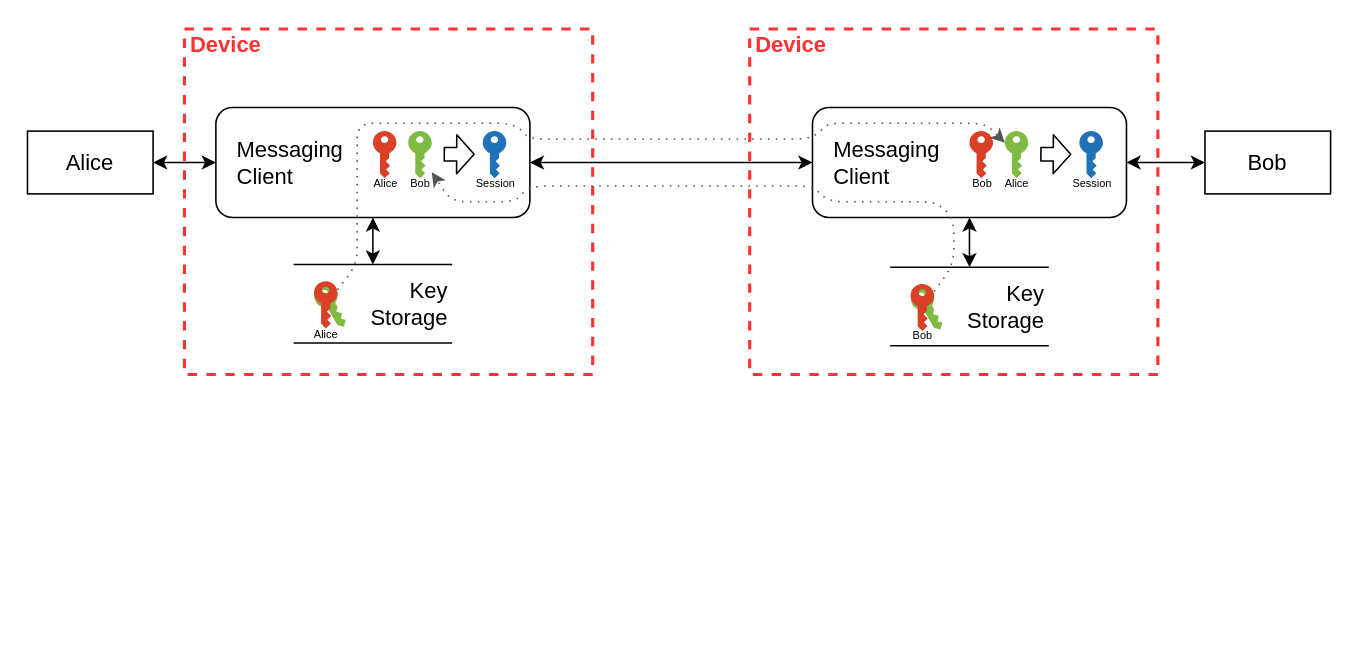
kkredit/confronting-wicked-crypto keeps this draw.io diagram as dfds/diffie-hellman.drawio. Above is the earlier version. Source tidied: cells renumbered, new cells numbered last; positions are measured from the earlier drawing's top-left corner, leaving out a move shared by most shapes. Both pictures are drawn from the tidied source at 157%, with x=0, y=0 at pixel (27, 28).
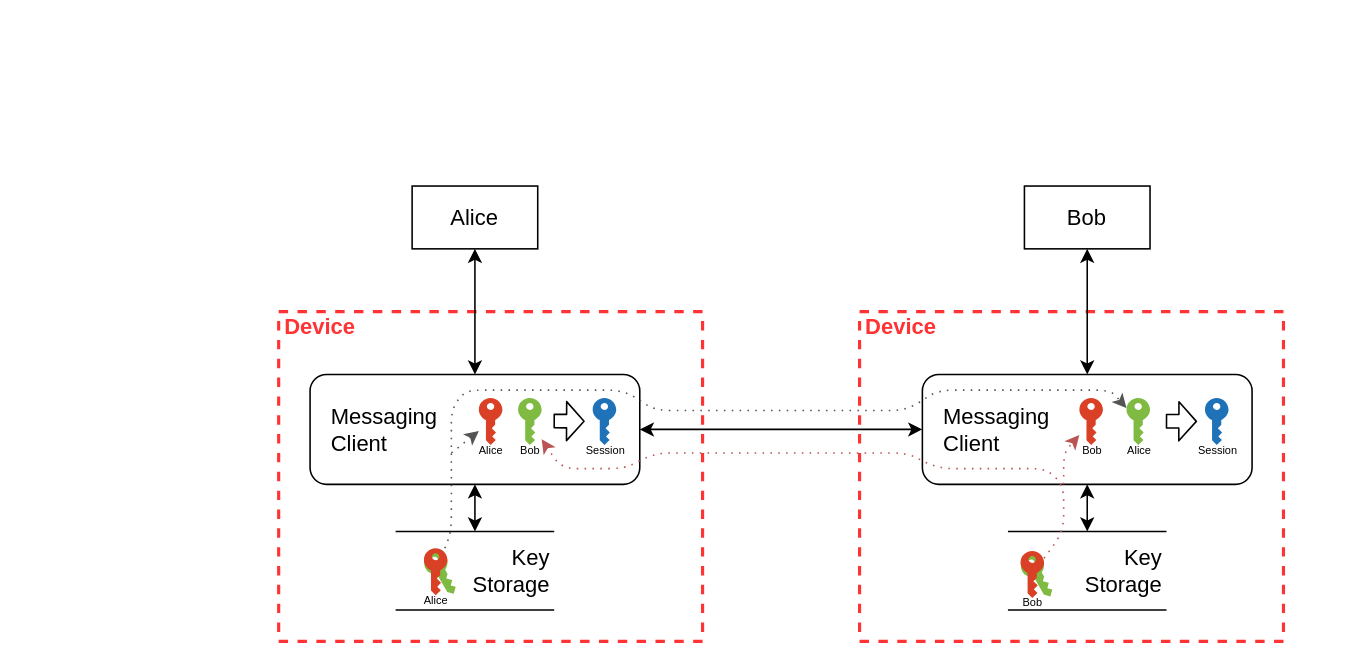
After the change.

Unchanged cells that the change refers to:
```xml
<mxCell id="18" value="&lt;span style=&quot;font-size: 7px&quot;&gt;Alice&lt;br&gt;&lt;/span&gt;" style="shadow=0;dashed=0;html=1;strokeColor=none;labelPosition=center;verticalLabelPosition=bottom;verticalAlign=top;outlineConnect=0;align=center;shape=mxgraph.office.security.key_permissions;fillColor=#DA4026;spacing=0;spacingTop=-10;rotation=0;" parent="16" vertex="1">
  <mxGeometry x="2.5" y="0.7" width="15" height="30" as="geometry" />
</mxCell>
<mxCell id="21" value="&lt;span style=&quot;font-size: 7px&quot;&gt;Bob&lt;br&gt;&lt;/span&gt;" style="shadow=0;dashed=0;html=1;strokeColor=none;labelPosition=center;verticalLabelPosition=bottom;verticalAlign=top;outlineConnect=0;align=center;shape=mxgraph.office.security.key_permissions;fillColor=#DA4026;spacing=0;spacingTop=-10;rotation=0;" parent="19" vertex="1">
  <mxGeometry x="2.5" y="0.7" width="15" height="30" as="geometry" />
</mxCell>
```

Diff of the diagram source:
```diff
@@
     <mxCell id="2" value="&lt;font style=&quot;font-size: 14px&quot;&gt;Device&lt;/font&gt;" style="html=1;fontColor=#FF3333;fontStyle=1;align=left;verticalAlign=top;spacing=0;labelBorderColor=none;fillColor=none;dashed=1;strokeWidth=2;strokeColor=#FF3333;spacingLeft=4;spacingTop=-3;" parent="1" vertex="1">
-      <mxGeometry x="460" width="260" height="220" as="geometry" />
+      <mxGeometry x="530" y="180" width="270" height="210" as="geometry" />
     </mxCell>
     <mxCell id="3" value="&lt;font style=&quot;font-size: 14px&quot;&gt;Device&lt;/font&gt;" style="html=1;fontColor=#FF3333;fontStyle=1;align=left;verticalAlign=top;spacing=0;labelBorderColor=none;fillColor=none;dashed=1;strokeWidth=2;strokeColor=#FF3333;spacingLeft=4;spacingTop=-3;" parent="1" vertex="1">
-      <mxGeometry x="100" width="260" height="220" as="geometry" />
+      <mxGeometry x="160" y="180" width="270" height="210" as="geometry" />
     </mxCell>
     <mxCell id="4" value="&lt;blockquote style=&quot;margin: 0 0 0 40px ; border: none ; padding: 0px&quot;&gt;&lt;/blockquote&gt;&lt;span style=&quot;font-size: 14px&quot;&gt;Key&lt;/span&gt;&lt;br&gt;&lt;font style=&quot;font-size: 14px&quot;&gt;Storage&lt;/font&gt;" style="shape=partialRectangle;whiteSpace=wrap;html=1;left=0;right=0;fillColor=none;align=right;" parent="1" vertex="1">
-      <mxGeometry x="170" y="150" width="100" height="50" as="geometry" />
+      <mxGeometry x="235" y="320" width="100" height="50" as="geometry" />
     </mxCell>
     <mxCell id="5" value="&lt;span style=&quot;font-size: 14px&quot;&gt;Alice&lt;/span&gt;" style="rounded=0;whiteSpace=wrap;html=1;" parent="1" vertex="1">
-      <mxGeometry y="65" width="80" height="40" as="geometry" />
+      <mxGeometry x="245" y="100" width="80" height="40" as="geometry" />
     </mxCell>
-    <mxCell id="6" style="endArrow=classic;startArrow=classic;html=1;fontColor=#FF3333;entryX=1;entryY=0.5;entryDx=0;entryDy=0;exitX=0;exitY=0.5;exitDx=0;exitDy=0;" parent="1" edge="1" source="7" target="5">
+    <mxCell id="6" style="endArrow=classic;startArrow=classic;html=1;fontColor=#FF3333;entryX=0.5;entryY=1;entryDx=0;entryDy=0;exitX=0.5;exitY=0;exitDx=0;exitDy=0;" parent="1" edge="1" source="7" target="5">
       <mxGeometry relative="1" as="geometry" />
     </mxCell>
     <mxCell id="7" value="&lt;font style=&quot;font-size: 14px&quot;&gt;&amp;nbsp; &amp;nbsp;Messaging&lt;br&gt;&lt;/font&gt;&lt;font style=&quot;font-size: 14px&quot;&gt;&amp;nbsp; &amp;nbsp;Client&lt;/font&gt;" style="rounded=1;whiteSpace=wrap;html=1;align=left;" parent="1" vertex="1">
-      <mxGeometry x="120" y="50" width="200" height="70" as="geometry" />
+      <mxGeometry x="180" y="220" width="210" height="70" as="geometry" />
     </mxCell>
     <mxCell id="8" value="&lt;font style=&quot;font-size: 14px&quot;&gt;Bob&lt;/font&gt;" style="rounded=0;whiteSpace=wrap;html=1;" parent="1" vertex="1">
-      <mxGeometry x="750" y="65" width="80" height="40" as="geometry" />
+      <mxGeometry x="635" y="100" width="80" height="40" as="geometry" />
     </mxCell>
-    <mxCell id="9" style="endArrow=classic;startArrow=classic;html=1;fontColor=#FF3333;entryX=0;entryY=0.5;entryDx=0;entryDy=0;exitX=1;exitY=0.5;exitDx=0;exitDy=0;" parent="1" edge="1" source="14" target="8">
+    <mxCell id="9" style="endArrow=classic;startArrow=classic;html=1;fontColor=#FF3333;entryX=0.5;entryY=1;entryDx=0;entryDy=0;exitX=0.5;exitY=0;exitDx=0;exitDy=0;" parent="1" edge="1" source="14" target="8">
       <mxGeometry relative="1" as="geometry" />
     </mxCell>
@@
     <mxCell id="11" value="&lt;font&gt;&lt;span style=&quot;font-size: 7px&quot;&gt;Session&lt;/span&gt;&lt;br&gt;&lt;/font&gt;" style="shadow=0;dashed=0;html=1;strokeColor=none;labelPosition=center;verticalLabelPosition=bottom;verticalAlign=top;align=center;shape=mxgraph.office.security.key_permissions;fillColor=#2072B8;fontSize=12;spacing=0;spacingTop=-10;" parent="1" vertex="1">
-      <mxGeometry x="290" y="65" width="15" height="30" as="geometry" />
+      <mxGeometry x="360" y="235" width="15" height="30" as="geometry" />
     </mxCell>
@@
     <mxCell id="13" value="&lt;blockquote style=&quot;margin: 0 0 0 40px ; border: none ; padding: 0px&quot;&gt;&lt;/blockquote&gt;&lt;span style=&quot;font-size: 14px&quot;&gt;Key&lt;/span&gt;&lt;br&gt;&lt;font style=&quot;font-size: 14px&quot;&gt;Storage&lt;/font&gt;" style="shape=partialRectangle;whiteSpace=wrap;html=1;left=0;right=0;fillColor=none;align=right;" parent="1" vertex="1">
-      <mxGeometry x="550" y="151.7" width="100" height="50" as="geometry" />
+      <mxGeometry x="625" y="320" width="100" height="50" as="geometry" />
     </mxCell>
     <mxCell id="14" value="&lt;font style=&quot;font-size: 14px&quot;&gt;&amp;nbsp; &amp;nbsp;Messaging&lt;br&gt;&lt;/font&gt;&lt;font style=&quot;font-size: 14px&quot;&gt;&amp;nbsp; &amp;nbsp;Client&lt;/font&gt;" style="rounded=1;whiteSpace=wrap;html=1;align=left;" parent="1" vertex="1">
-      <mxGeometry x="500" y="50" width="200" height="70" as="geometry" />
+      <mxGeometry x="570" y="220" width="210" height="70" as="geometry" />
     </mxCell>
@@
     <mxCell id="16" style="group;" parent="1" vertex="1">
-      <mxGeometry x="180" y="160" width="28" height="33.5" as="geometry" />
+      <mxGeometry x="250" y="330" width="28" height="33.5" as="geometry" />
     </mxCell>
@@
     <mxCell id="19" style="group;" parent="1" vertex="1">
-      <mxGeometry x="560" y="161.7" width="28" height="33.5" as="geometry" />
+      <mxGeometry x="630" y="331.7" width="28" height="33.5" as="geometry" />
     </mxCell>
@@
     <mxCell id="22" value="&lt;font style=&quot;font-size: 7px&quot;&gt;Alice&lt;/font&gt;" style="shadow=0;dashed=0;html=1;strokeColor=none;labelPosition=center;verticalLabelPosition=bottom;verticalAlign=top;outlineConnect=0;align=center;shape=mxgraph.office.security.key_permissions;fillColor=#DA4026;spacing=0;spacingTop=-10;" parent="1" vertex="1">
-      <mxGeometry x="220" y="65" width="15" height="30" as="geometry" />
+      <mxGeometry x="287.5" y="235" width="15" height="30" as="geometry" />
     </mxCell>
     <mxCell id="23" value="&lt;font style=&quot;font-size: 7px&quot;&gt;Bob&lt;/font&gt;" style="shadow=0;dashed=0;html=1;strokeColor=none;labelPosition=center;verticalLabelPosition=bottom;verticalAlign=top;outlineConnect=0;align=center;shape=mxgraph.office.security.key_permissions;fillColor=#7FBA42;horizontal=1;spacing=0;spacingTop=-10;" parent="1" vertex="1">
-      <mxGeometry x="242.5" y="65" width="15" height="30" as="geometry" />
+      <mxGeometry x="312.5" y="235" width="15" height="30" as="geometry" />
     </mxCell>
     <mxCell id="24" style="shape=flexArrow;endArrow=classic;html=1;width=8.604651162790697;endSize=3.375193798449612;endWidth=15.235863229373233;" parent="1" edge="1">
       <mxGeometry relative="1" as="geometry">
-        <mxPoint x="265" y="79.7" as="sourcePoint" />
-        <mxPoint x="285" y="79.8" as="targetPoint" />
+        <mxPoint x="335" y="249.7" as="sourcePoint" />
+        <mxPoint x="355" y="249.8" as="targetPoint" />
       </mxGeometry>
     </mxCell>
     <mxCell id="25" value="&lt;font&gt;&lt;span style=&quot;font-size: 7px&quot;&gt;Session&lt;/span&gt;&lt;br&gt;&lt;/font&gt;" style="shadow=0;dashed=0;html=1;strokeColor=none;labelPosition=center;verticalLabelPosition=bottom;verticalAlign=top;align=center;shape=mxgraph.office.security.key_permissions;fillColor=#2072B8;fontSize=12;spacing=0;spacingTop=-10;" parent="1" vertex="1">
-      <mxGeometry x="670" y="65" width="15" height="30" as="geometry" />
+      <mxGeometry x="750" y="235" width="15" height="30" as="geometry" />
     </mxCell>
     <mxCell id="26" value="&lt;span style=&quot;font-size: 7px&quot;&gt;Bob&lt;/span&gt;" style="shadow=0;dashed=0;html=1;strokeColor=none;labelPosition=center;verticalLabelPosition=bottom;verticalAlign=top;outlineConnect=0;align=center;shape=mxgraph.office.security.key_permissions;fillColor=#DA4026;spacing=0;spacingTop=-10;" parent="1" vertex="1">
-      <mxGeometry x="600" y="65" width="15" height="30" as="geometry" />
+      <mxGeometry x="670" y="235" width="15" height="30" as="geometry" />
     </mxCell>
     <mxCell id="27" value="&lt;font style=&quot;font-size: 7px&quot;&gt;Alice&lt;/font&gt;" style="shadow=0;dashed=0;html=1;strokeColor=none;labelPosition=center;verticalLabelPosition=bottom;verticalAlign=top;outlineConnect=0;align=center;shape=mxgraph.office.security.key_permissions;fillColor=#7FBA42;horizontal=1;spacing=0;spacingTop=-10;" parent="1" vertex="1">
-      <mxGeometry x="622.5" y="65" width="15" height="30" as="geometry" />
+      <mxGeometry x="700" y="235" width="15" height="30" as="geometry" />
     </mxCell>
     <mxCell id="28" style="shape=flexArrow;endArrow=classic;html=1;width=8.604651162790697;endSize=3.375193798449612;endWidth=15.235863229373233;" parent="1" edge="1">
       <mxGeometry relative="1" as="geometry">
-        <mxPoint x="645" y="79.7" as="sourcePoint" />
-        <mxPoint x="665" y="79.8" as="targetPoint" />
+        <mxPoint x="725" y="249.8" as="sourcePoint" />
+        <mxPoint x="745" y="249.9" as="targetPoint" />
       </mxGeometry>
     </mxCell>
-    <mxCell id="29" style="endArrow=classic;html=1;strokeWidth=1;dashed=1;dashPattern=1 4;strokeColor=#555555;" parent="1" edge="1" source="21" target="23">
+    <mxCell id="29" style="endArrow=classic;html=1;strokeWidth=1;dashed=1;dashPattern=1 4;strokeColor=#BB5555;" parent="1" edge="1" source="21" target="23">
       <mxGeometry relative="1" as="geometry">
         <Array as="points">
-          <mxPoint x="590" y="150" />
-          <mxPoint x="590" y="120" />
-          <mxPoint x="578" y="110" />
-          <mxPoint x="510" y="110" />
-          <mxPoint x="500" y="100" />
-          <mxPoint x="320" y="100" />
-          <mxPoint x="310" y="110" />
-          <mxPoint x="270" y="110" />
+          <mxPoint x="660" y="320" />
+          <mxPoint x="660" y="290" />
+          <mxPoint x="648" y="280" />
+          <mxPoint x="580" y="280" />
+          <mxPoint x="560" y="270" />
+          <mxPoint x="400" y="270" />
+          <mxPoint x="380" y="280" />
+          <mxPoint x="340" y="280" />
         </Array>
       </mxGeometry>
     </mxCell>
     <mxCell id="30" style="endArrow=classic;html=1;dashed=1;dashPattern=1 4;strokeColor=#555555;strokeWidth=1;" parent="1" edge="1" source="18" target="27">
       <mxGeometry relative="1" as="geometry">
         <Array as="points">
-          <mxPoint x="210" y="150" />
-          <mxPoint x="210" y="120" />
-          <mxPoint x="210" y="60" />
-          <mxPoint x="310" y="60" />
-          <mxPoint x="320" y="70" />
-          <mxPoint x="500" y="70" />
-          <mxPoint x="510" y="60" />
-          <mxPoint x="610" y="60" />
+          <mxPoint x="270" y="320" />
+          <mxPoint x="270" y="241" />
+          <mxPoint x="280" y="230" />
+          <mxPoint x="380" y="230" />
+          <mxPoint x="400" y="243" />
+          <mxPoint x="560" y="243" />
+          <mxPoint x="580" y="230" />
+          <mxPoint x="690" y="230" />
         </Array>
       </mxGeometry>
     </mxCell>
+    <mxCell id="31" style="endArrow=classic;html=1;dashed=1;dashPattern=1 4;strokeColor=#BB5555;" parent="1" edge="1" target="26">
+      <mxGeometry relative="1" as="geometry">
+        <mxPoint x="660" y="290" as="sourcePoint" />
+        <Array as="points">
+          <mxPoint x="660" y="270" />
+        </Array>
+      </mxGeometry>
+    </mxCell>
+    <mxCell id="32" style="endArrow=classic;html=1;dashed=1;dashPattern=1 4;strokeColor=#555555;" parent="1" edge="1" target="22">
+      <mxGeometry relative="1" as="geometry">
+        <mxPoint x="270" y="270" as="sourcePoint" />
+        <Array as="points">
+          <mxPoint x="270" y="270" />
+        </Array>
+      </mxGeometry>
+    </mxCell>
```
